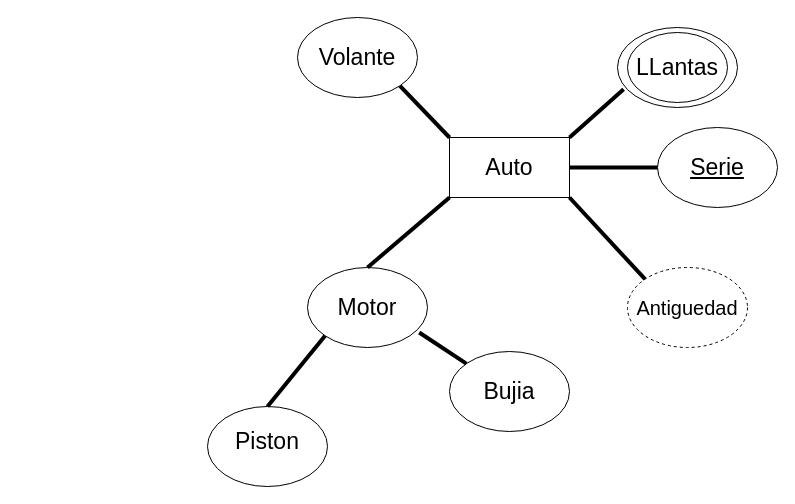
Before: objeto.drawio in mauricio2093/NotasDataBase, a draw.io diagram. Source tidied: cells renumbered, new cells numbered last; positions are measured from the earlier drawing's top-left corner, leaving out a move shared by most shapes. Both pictures are drawn from the tidied source at 100%, with x=0, y=0 at pixel (207, 17).
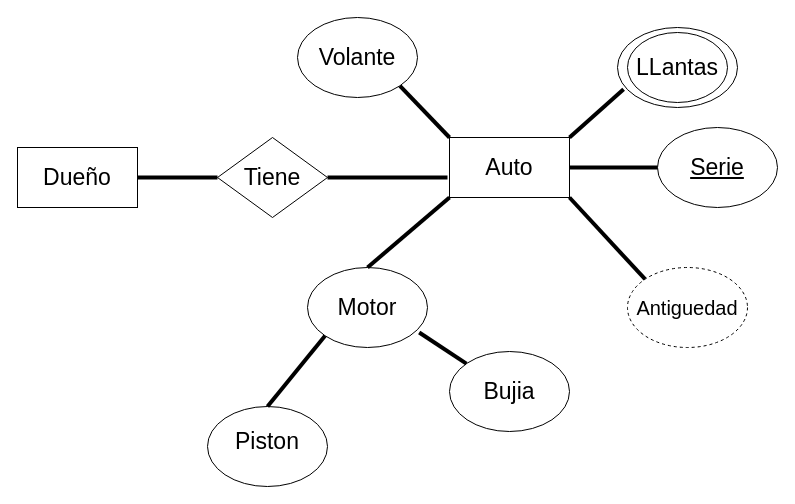
After the change.

What changed in the source:
```diff
@@
+    <mxCell id="26" style="rounded=0;whiteSpace=wrap;html=1;fontSize=20;" parent="1" vertex="1">
+      <mxGeometry x="-190" y="130" width="120" height="60" as="geometry" />
+    </mxCell>
+    <mxCell id="27" style="rhombus;whiteSpace=wrap;html=1;fontSize=20;" parent="1" vertex="1">
+      <mxGeometry x="10" y="120" width="110" height="80" as="geometry" />
+    </mxCell>
+    <mxCell id="28" style="endArrow=none;html=1;fontSize=20;strokeWidth=4;entryX=1;entryY=0.5;entryDx=0;entryDy=0;" parent="1" edge="1" target="27">
+      <mxGeometry relative="1" as="geometry">
+        <mxPoint x="240" y="160" as="sourcePoint" />
+      </mxGeometry>
+    </mxCell>
+    <mxCell id="29" style="endArrow=none;html=1;fontSize=20;entryX=1;entryY=0.5;entryDx=0;entryDy=0;exitX=0;exitY=0.5;exitDx=0;exitDy=0;strokeWidth=4;" parent="1" edge="1" source="27" target="26">
+      <mxGeometry relative="1" as="geometry" />
+    </mxCell>
+    <mxCell id="30" value="Tiene" style="text;html=1;strokeColor=none;fillColor=none;align=center;verticalAlign=middle;whiteSpace=wrap;rounded=0;fontSize=23;" parent="1" vertex="1">
+      <mxGeometry x="35" y="145" width="60" height="30" as="geometry" />
+    </mxCell>
+    <mxCell id="31" value="Dueño" style="text;html=1;strokeColor=none;fillColor=none;align=center;verticalAlign=middle;whiteSpace=wrap;rounded=0;fontSize=23;" parent="1" vertex="1">
+      <mxGeometry x="-160" y="145" width="60" height="30" as="geometry" />
+    </mxCell>
```
